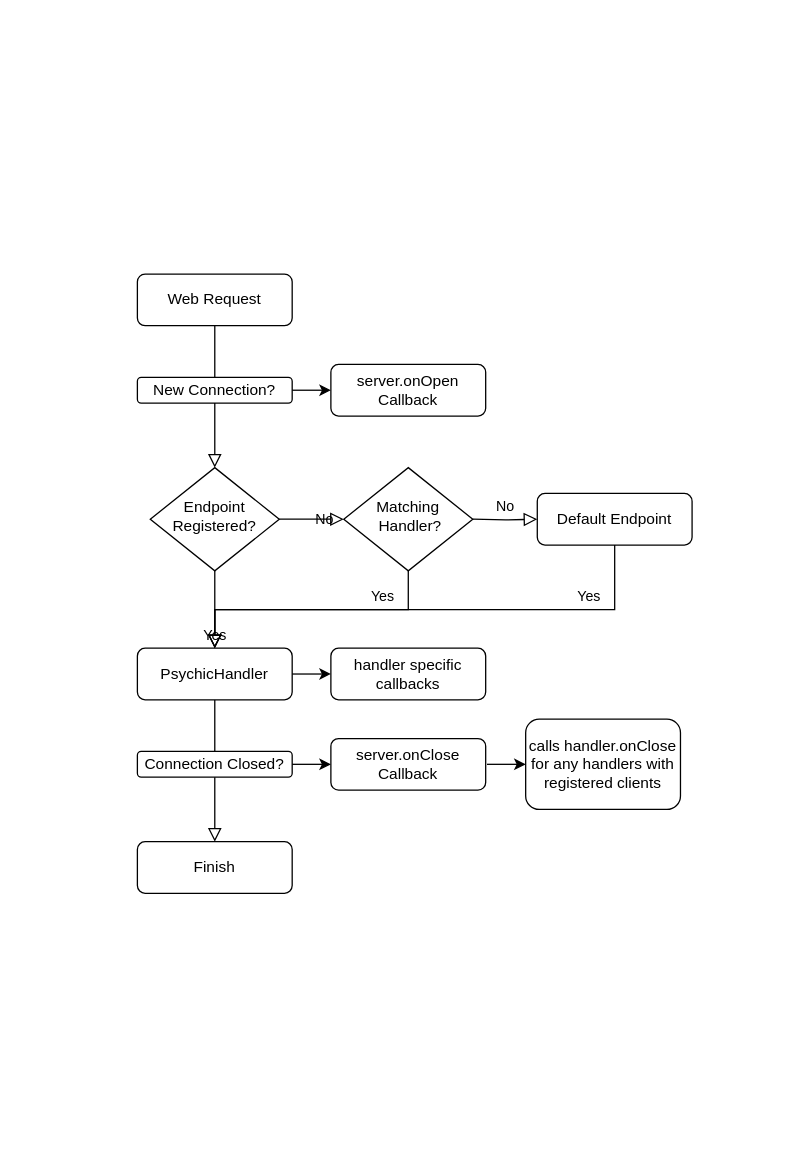
Before: request flow.drawio in hoeken/PsychicHttp, a draw.io diagram. Source tidied: cells renumbered, new cells numbered last; positions are measured from the earlier drawing's top-left corner, leaving out a move shared by most shapes. Both pictures are drawn from the tidied source at 129%, with x=0, y=0 at pixel (137, 273).
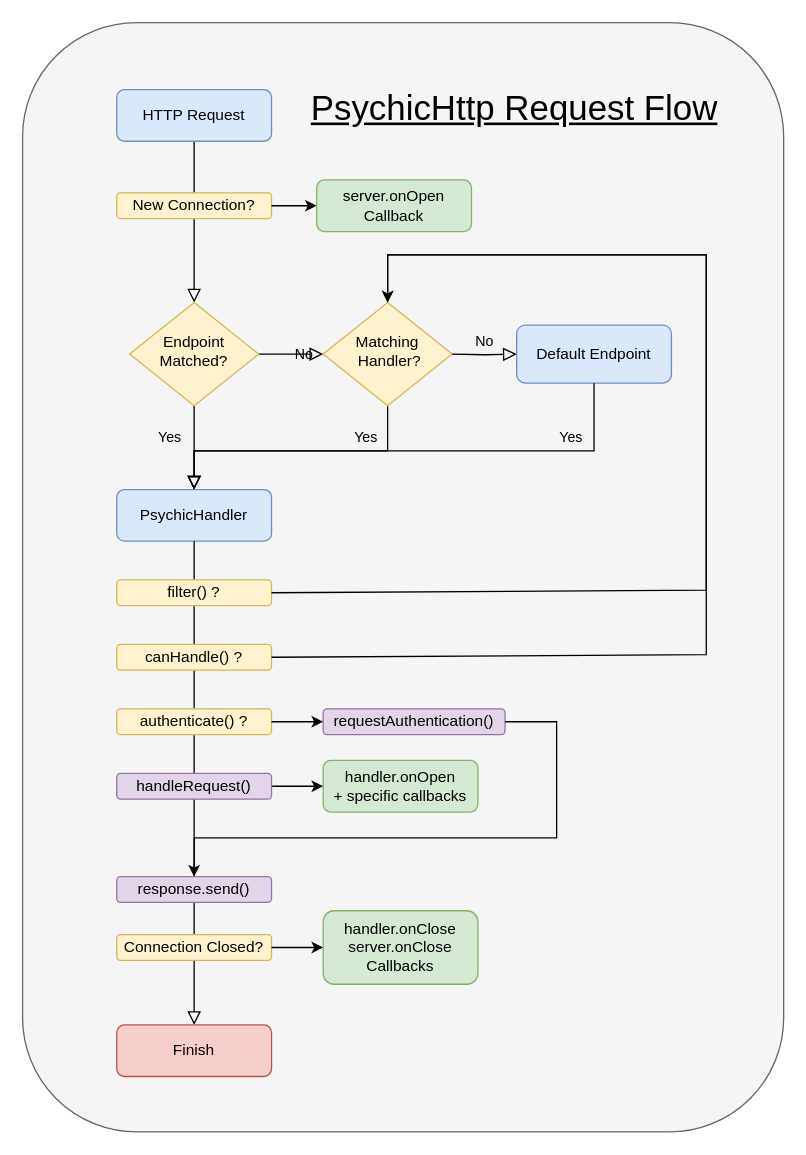
After the change.

Commit message (it also covers changes not shown here):
updated the request flow diagram

What changed in the source:
```diff
@@
+    <mxCell id="25" style="rounded=1;whiteSpace=wrap;html=1;shadow=0;fontSize=27;spacing=5;fillColor=#f5f5f5;fontColor=#333333;strokeColor=#666666;" parent="1" vertex="1">
+      <mxGeometry x="-89" y="-195" width="590" height="860" as="geometry" />
+    </mxCell>
-    <mxCell id="2" style="rounded=0;html=1;jettySize=auto;fontSize=11;endArrow=block;endFill=0;endSize=8;strokeWidth=1;shadow=0;labelBackgroundColor=none;edgeStyle=orthogonalEdgeStyle;entryX=0.5;entryY=0;entryDx=0;entryDy=0;exitX=0.5;exitY=1;exitDx=0;exitDy=0;" parent="1" edge="1" source="8" target="20">
+    <mxCell id="2" style="rounded=0;html=1;jettySize=auto;fontSize=11;endArrow=block;endFill=0;endSize=8;strokeWidth=1;shadow=0;labelBackgroundColor=none;edgeStyle=orthogonalEdgeStyle;entryX=0.5;entryY=0;entryDx=0;entryDy=0;exitX=0.5;exitY=1;exitDx=0;exitDy=0;startArrow=none;" parent="1" edge="1" source="29" target="20">
       <mxGeometry relative="1" as="geometry" />
     </mxCell>
@@
-    <mxCell id="4" value="Web Request" style="rounded=1;whiteSpace=wrap;html=1;fontSize=12;glass=0;strokeWidth=1;shadow=0;" parent="1" vertex="1">
-      <mxGeometry width="120" height="40" as="geometry" />
+    <mxCell id="4" value="HTTP Request" style="rounded=1;whiteSpace=wrap;html=1;fontSize=12;glass=0;strokeWidth=1;shadow=0;fillColor=#dae8fc;strokeColor=#6c8ebf;" parent="1" vertex="1">
+      <mxGeometry x="-16" y="-143" width="120" height="40" as="geometry" />
     </mxCell>
-    <mxCell id="5" value="Yes" style="rounded=0;html=1;jettySize=auto;fontSize=11;endArrow=block;endFill=0;endSize=8;strokeWidth=1;shadow=0;labelBackgroundColor=none;edgeStyle=orthogonalEdgeStyle;" parent="1" edge="1" source="7">
-      <mxGeometry y="-20" relative="1" as="geometry">
-        <mxPoint x="60" y="290" as="targetPoint" />
-      </mxGeometry>
+    <mxCell id="5" value="Yes" style="rounded=0;html=1;jettySize=auto;fontSize=11;endArrow=block;endFill=0;endSize=8;strokeWidth=1;shadow=0;labelBackgroundColor=none;edgeStyle=orthogonalEdgeStyle;entryX=0.5;entryY=0;entryDx=0;entryDy=0;" parent="1" edge="1" source="7" target="8">
+      <mxGeometry x="-0.23" y="-19" relative="1" as="geometry" />
     </mxCell>
     <mxCell id="6" value="No" style="edgeStyle=orthogonalEdgeStyle;rounded=0;html=1;jettySize=auto;fontSize=11;endArrow=block;endFill=0;endSize=8;strokeWidth=1;shadow=0;labelBackgroundColor=none;" parent="1" edge="1" source="7">
       <mxGeometry y="10" relative="1" as="geometry">
-        <mxPoint x="160" y="190" as="targetPoint" />
+        <mxPoint x="144" y="62" as="targetPoint" />
       </mxGeometry>
     </mxCell>
-    <mxCell id="7" value="Endpoint Registered?" style="rhombus;whiteSpace=wrap;html=1;shadow=0;fontFamily=Helvetica;fontSize=12;align=center;strokeWidth=1;spacing=6;spacingTop=-4;" parent="1" vertex="1">
-      <mxGeometry x="10" y="150" width="100" height="80" as="geometry" />
+    <mxCell id="7" value="Endpoint Matched?" style="rhombus;whiteSpace=wrap;html=1;shadow=0;fontFamily=Helvetica;fontSize=12;align=center;strokeWidth=1;spacing=6;spacingTop=-4;fillColor=#fff2cc;strokeColor=#d6b656;" parent="1" vertex="1">
+      <mxGeometry x="-6" y="22" width="100" height="80" as="geometry" />
     </mxCell>
-    <mxCell id="8" value="PsychicHandler" style="rounded=1;whiteSpace=wrap;html=1;fontSize=12;glass=0;strokeWidth=1;shadow=0;" parent="1" vertex="1">
-      <mxGeometry y="290" width="120" height="40" as="geometry" />
+    <mxCell id="8" value="PsychicHandler" style="rounded=1;whiteSpace=wrap;html=1;fontSize=12;glass=0;strokeWidth=1;shadow=0;fillColor=#dae8fc;strokeColor=#6c8ebf;" parent="1" vertex="1">
+      <mxGeometry x="-16" y="167" width="120" height="40" as="geometry" />
     </mxCell>
     <mxCell id="9" value="Yes" style="rounded=0;html=1;jettySize=auto;fontSize=11;endArrow=block;endFill=0;endSize=8;strokeWidth=1;shadow=0;labelBackgroundColor=none;edgeStyle=orthogonalEdgeStyle;exitX=0.5;exitY=1;exitDx=0;exitDy=0;entryX=0.5;entryY=0;entryDx=0;entryDy=0;" parent="1" edge="1" source="10" target="8">
-      <mxGeometry x="-0.52" y="-10" relative="1" as="geometry" />
+      <mxGeometry x="-0.52" y="-10" relative="1" as="geometry">
+        <Array as="points">
+          <mxPoint x="194" y="137" />
+          <mxPoint x="44" y="137" />
+        </Array>
+      </mxGeometry>
     </mxCell>
-    <mxCell id="10" value="Matching&lt;br&gt;&amp;nbsp;Handler?" style="rhombus;whiteSpace=wrap;html=1;shadow=0;fontFamily=Helvetica;fontSize=12;align=center;strokeWidth=1;spacing=6;spacingTop=-4;" parent="1" vertex="1">
-      <mxGeometry x="160" y="150" width="100" height="80" as="geometry" />
+    <mxCell id="10" value="Matching&lt;br&gt;&amp;nbsp;Handler?" style="rhombus;whiteSpace=wrap;html=1;shadow=0;fontFamily=Helvetica;fontSize=12;align=center;strokeWidth=1;spacing=6;spacingTop=-4;fillColor=#fff2cc;strokeColor=#d6b656;" parent="1" vertex="1">
+      <mxGeometry x="144" y="22" width="100" height="80" as="geometry" />
     </mxCell>
-    <mxCell id="11" value="Default Endpoint" style="rounded=1;whiteSpace=wrap;html=1;fontSize=12;glass=0;strokeWidth=1;shadow=0;" parent="1" vertex="1">
-      <mxGeometry x="310" y="170" width="120" height="40" as="geometry" />
+    <mxCell id="11" value="Default Endpoint" style="rounded=1;whiteSpace=wrap;html=1;fontSize=12;glass=0;strokeWidth=1;shadow=0;fillColor=#dae8fc;strokeColor=#6c8ebf;" parent="1" vertex="1">
+      <mxGeometry x="294" y="39.5" width="120" height="45" as="geometry" />
     </mxCell>
     <mxCell id="12" value="No" style="edgeStyle=orthogonalEdgeStyle;rounded=0;html=1;jettySize=auto;fontSize=11;endArrow=block;endFill=0;endSize=8;strokeWidth=1;shadow=0;labelBackgroundColor=none;entryX=0;entryY=0.5;entryDx=0;entryDy=0;" parent="1" edge="1" target="11">
       <mxGeometry y="10" relative="1" as="geometry">
-        <mxPoint x="260" y="190" as="sourcePoint" />
+        <mxPoint x="244" y="62" as="sourcePoint" />
       </mxGeometry>
     </mxCell>
     <mxCell id="13" value="Yes" style="rounded=0;html=1;jettySize=auto;fontSize=11;endArrow=block;endFill=0;endSize=8;strokeWidth=1;shadow=0;labelBackgroundColor=none;edgeStyle=orthogonalEdgeStyle;exitX=0.5;exitY=1;exitDx=0;exitDy=0;entryX=0.5;entryY=0;entryDx=0;entryDy=0;" parent="1" edge="1" source="11" target="8">
       <mxGeometry x="-0.64" y="-10" relative="1" as="geometry">
         <Array as="points">
-          <mxPoint x="370" y="260" />
-          <mxPoint x="60" y="260" />
+          <mxPoint x="354" y="137" />
+          <mxPoint x="44" y="137" />
         </Array>
       </mxGeometry>
     </mxCell>
-    <mxCell id="14" value="New Connection?" style="rounded=1;whiteSpace=wrap;html=1;fontSize=12;glass=0;strokeWidth=1;shadow=0;" parent="1" vertex="1">
-      <mxGeometry y="80" width="120" height="20" as="geometry" />
+    <mxCell id="14" value="New Connection?" style="rounded=1;whiteSpace=wrap;html=1;fontSize=12;glass=0;strokeWidth=1;shadow=0;fillColor=#fff2cc;strokeColor=#d6b656;" parent="1" vertex="1">
+      <mxGeometry x="-16" y="-63" width="120" height="20" as="geometry" />
     </mxCell>
-    <mxCell id="15" value="server.onOpen Callback" style="rounded=1;whiteSpace=wrap;html=1;fontSize=12;glass=0;strokeWidth=1;shadow=0;" parent="1" vertex="1">
-      <mxGeometry x="150" y="70" width="120" height="40" as="geometry" />
+    <mxCell id="15" value="server.onOpen Callback" style="rounded=1;whiteSpace=wrap;html=1;fontSize=12;glass=0;strokeWidth=1;shadow=0;fillColor=#d5e8d4;strokeColor=#82b366;" parent="1" vertex="1">
+      <mxGeometry x="139" y="-73" width="120" height="40" as="geometry" />
     </mxCell>
@@
-    <mxCell id="17" value="Connection Closed?" style="rounded=1;whiteSpace=wrap;html=1;fontSize=12;glass=0;strokeWidth=1;shadow=0;" parent="1" vertex="1">
-      <mxGeometry y="370" width="120" height="20" as="geometry" />
+    <mxCell id="17" value="Connection Closed?" style="rounded=1;whiteSpace=wrap;html=1;fontSize=12;glass=0;strokeWidth=1;shadow=0;fillColor=#fff2cc;strokeColor=#d6b656;" parent="1" vertex="1">
+      <mxGeometry x="-16" y="512" width="120" height="20" as="geometry" />
     </mxCell>
-    <mxCell id="18" value="server.onClose&lt;br&gt;Callback" style="rounded=1;whiteSpace=wrap;html=1;fontSize=12;glass=0;strokeWidth=1;shadow=0;" parent="1" vertex="1">
-      <mxGeometry x="150" y="360" width="120" height="40" as="geometry" />
+    <mxCell id="18" value="handler.onClose&lt;br&gt;server.onClose&lt;br&gt;Callbacks" style="rounded=1;whiteSpace=wrap;html=1;fontSize=12;glass=0;strokeWidth=1;shadow=0;fillColor=#d5e8d4;strokeColor=#82b366;" parent="1" vertex="1">
+      <mxGeometry x="144" y="493.5" width="120" height="57" as="geometry" />
     </mxCell>
@@
-    <mxCell id="20" value="Finish" style="rounded=1;whiteSpace=wrap;html=1;fontSize=12;glass=0;strokeWidth=1;shadow=0;" parent="1" vertex="1">
-      <mxGeometry y="440" width="120" height="40" as="geometry" />
+    <mxCell id="20" value="Finish" style="rounded=1;whiteSpace=wrap;html=1;fontSize=12;glass=0;strokeWidth=1;shadow=0;fillColor=#f8cecc;strokeColor=#b85450;" parent="1" vertex="1">
+      <mxGeometry x="-16" y="582" width="120" height="40" as="geometry" />
     </mxCell>
-    <mxCell id="21" value="handler specific callbacks" style="rounded=1;whiteSpace=wrap;html=1;fontSize=12;glass=0;strokeWidth=1;shadow=0;" parent="1" vertex="1">
-      <mxGeometry x="150" y="290" width="120" height="40" as="geometry" />
+    <mxCell id="21" value="handler.onOpen +&amp;nbsp;specific callbacks" style="rounded=1;whiteSpace=wrap;html=1;fontSize=12;glass=0;strokeWidth=1;shadow=0;fillColor=#d5e8d4;strokeColor=#82b366;" parent="1" vertex="1">
+      <mxGeometry x="144" y="377" width="120" height="40" as="geometry" />
     </mxCell>
-    <mxCell id="22" style="endArrow=classic;html=1;rounded=0;exitX=1;exitY=0.5;exitDx=0;exitDy=0;entryX=0;entryY=0.5;entryDx=0;entryDy=0;" parent="1" edge="1" source="8" target="21">
+    <mxCell id="22" style="endArrow=classic;html=1;rounded=0;exitX=1;exitY=0.5;exitDx=0;exitDy=0;entryX=0;entryY=0.5;entryDx=0;entryDy=0;" parent="1" edge="1" source="32" target="21">
       <mxGeometry relative="1" as="geometry" />
     </mxCell>
-    <mxCell id="23" value="calls handler.onClose&lt;br&gt;for any handlers with registered clients" style="rounded=1;whiteSpace=wrap;html=1;fontSize=12;glass=0;strokeWidth=1;shadow=0;" parent="1" vertex="1">
-      <mxGeometry x="301" y="345" width="120" height="70" as="geometry" />
-    </mxCell>
-    <mxCell id="24" style="endArrow=classic;html=1;rounded=0;entryX=0;entryY=0.5;entryDx=0;entryDy=0;" parent="1" edge="1" target="23">
-      <mxGeometry relative="1" as="geometry">
-        <mxPoint x="271" y="380" as="sourcePoint" />
-      </mxGeometry>
-    </mxCell>
+    <mxCell id="26" style="rounded=0;html=1;jettySize=auto;fontSize=11;endArrow=none;endFill=0;endSize=8;strokeWidth=1;shadow=0;labelBackgroundColor=none;edgeStyle=orthogonalEdgeStyle;entryX=0.5;entryY=0;entryDx=0;entryDy=0;exitX=0.5;exitY=1;exitDx=0;exitDy=0;" parent="1" edge="1" source="8" target="29">
+      <mxGeometry relative="1" as="geometry" />
+    </mxCell>
+    <mxCell id="27" value="filter() ?" style="rounded=1;whiteSpace=wrap;html=1;fontSize=12;glass=0;strokeWidth=1;shadow=0;fillColor=#fff2cc;strokeColor=#d6b656;" parent="1" vertex="1">
+      <mxGeometry x="-16" y="237" width="120" height="20" as="geometry" />
+    </mxCell>
+    <mxCell id="28" value="canHandle() ?" style="rounded=1;whiteSpace=wrap;html=1;fontSize=12;glass=0;strokeWidth=1;shadow=0;fillColor=#fff2cc;strokeColor=#d6b656;" parent="1" vertex="1">
+      <mxGeometry x="-16" y="287" width="120" height="20" as="geometry" />
+    </mxCell>
+    <mxCell id="29" value="authenticate() ?" style="rounded=1;whiteSpace=wrap;html=1;fontSize=12;glass=0;strokeWidth=1;shadow=0;fillColor=#fff2cc;strokeColor=#d6b656;" parent="1" vertex="1">
+      <mxGeometry x="-16" y="337" width="120" height="20" as="geometry" />
+    </mxCell>
+    <mxCell id="30" value="requestAuthentication()" style="rounded=1;whiteSpace=wrap;html=1;fontSize=12;glass=0;strokeWidth=1;shadow=0;fillColor=#e1d5e7;strokeColor=#9673a6;" parent="1" vertex="1">
+      <mxGeometry x="144" y="337" width="141" height="20" as="geometry" />
+    </mxCell>
+    <mxCell id="31" style="endArrow=classic;html=1;rounded=0;exitX=1;exitY=0.5;exitDx=0;exitDy=0;entryX=0;entryY=0.5;entryDx=0;entryDy=0;" parent="1" edge="1" source="29" target="30">
+      <mxGeometry relative="1" as="geometry" />
+    </mxCell>
+    <mxCell id="32" value="handleRequest()" style="rounded=1;whiteSpace=wrap;html=1;fontSize=12;glass=0;strokeWidth=1;shadow=0;fillColor=#e1d5e7;strokeColor=#9673a6;" parent="1" vertex="1">
+      <mxGeometry x="-16" y="387" width="120" height="20" as="geometry" />
+    </mxCell>
+    <mxCell id="33" value="response.send()" style="rounded=1;whiteSpace=wrap;html=1;fontSize=12;glass=0;strokeWidth=1;shadow=0;fillColor=#e1d5e7;strokeColor=#9673a6;" parent="1" vertex="1">
+      <mxGeometry x="-16" y="467" width="120" height="20" as="geometry" />
+    </mxCell>
+    <mxCell id="34" style="endArrow=classic;html=1;rounded=0;exitX=1;exitY=0.5;exitDx=0;exitDy=0;entryX=0.5;entryY=0;entryDx=0;entryDy=0;" parent="1" edge="1" source="30" target="33">
+      <mxGeometry relative="1" as="geometry">
+        <Array as="points">
+          <mxPoint x="325" y="347" />
+          <mxPoint x="325" y="437" />
+          <mxPoint x="44" y="437" />
+        </Array>
+      </mxGeometry>
+    </mxCell>
+    <mxCell id="35" style="endArrow=classic;html=1;rounded=0;exitX=1;exitY=0.5;exitDx=0;exitDy=0;entryX=0.5;entryY=0;entryDx=0;entryDy=0;" parent="1" edge="1" source="27" target="10">
+      <mxGeometry relative="1" as="geometry">
+        <Array as="points">
+          <mxPoint x="441" y="245" />
+          <mxPoint x="441" y="-15" />
+          <mxPoint x="194" y="-15" />
+        </Array>
+      </mxGeometry>
+    </mxCell>
+    <mxCell id="36" style="endArrow=classic;html=1;rounded=0;exitX=1;exitY=0.5;exitDx=0;exitDy=0;entryX=0.5;entryY=0;entryDx=0;entryDy=0;" parent="1" edge="1" source="28" target="10">
+      <mxGeometry relative="1" as="geometry">
+        <Array as="points">
+          <mxPoint x="441" y="295" />
+          <mxPoint x="441" y="-15" />
+          <mxPoint x="194" y="-15" />
+        </Array>
+      </mxGeometry>
+    </mxCell>
+    <mxCell id="37" value="PsychicHttp Request Flow" style="text;html=1;strokeColor=none;fillColor=none;align=center;verticalAlign=middle;whiteSpace=wrap;rounded=0;fontSize=27;shadow=0;fontStyle=4;" parent="1" vertex="1">
+      <mxGeometry x="94" y="-143" width="397" height="30" as="geometry" />
+    </mxCell>
```
